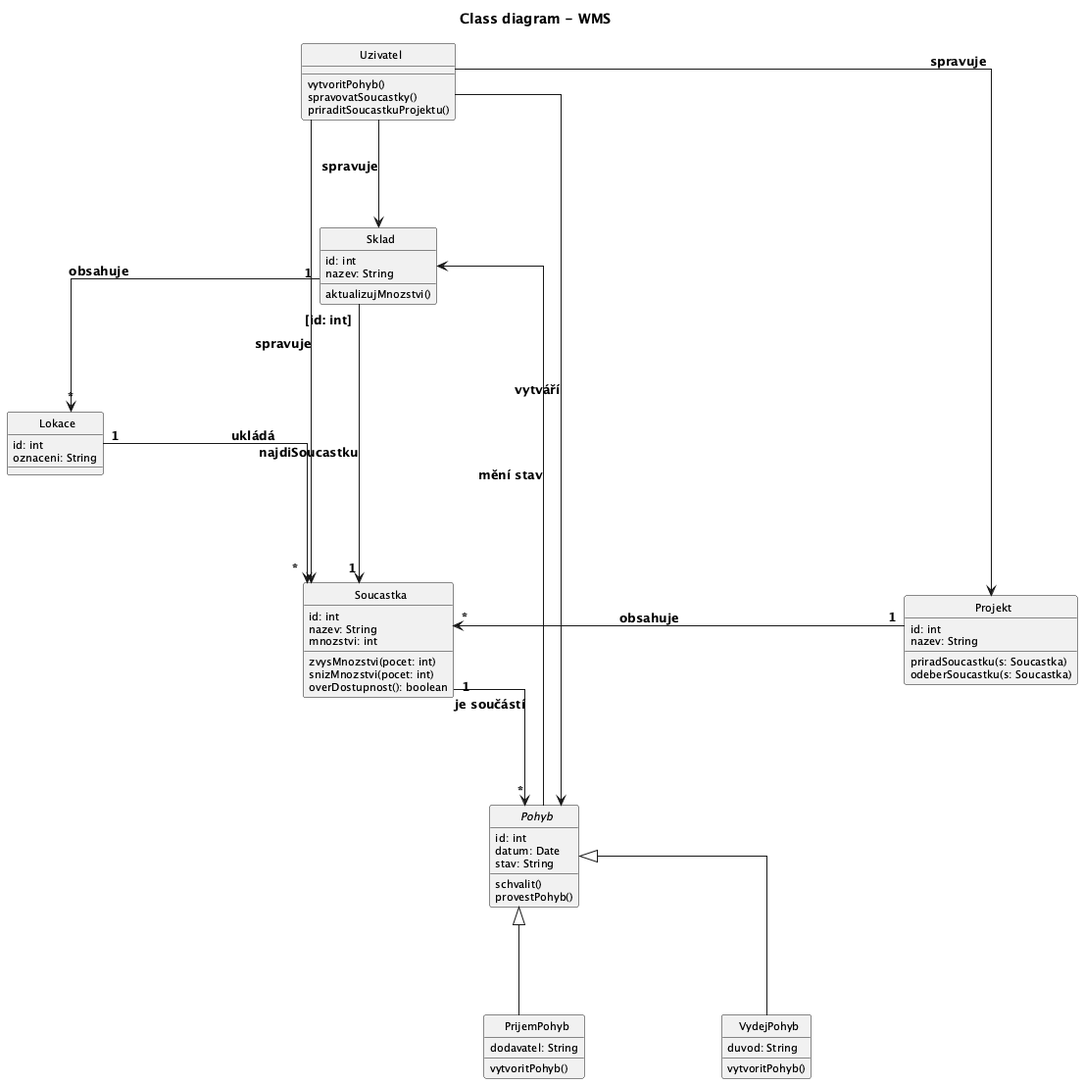
This is docs/images/02_class_diagram.png from lkvapil/wms-elektronicke-soucastky, a PlantUML export, as it was before one commit.
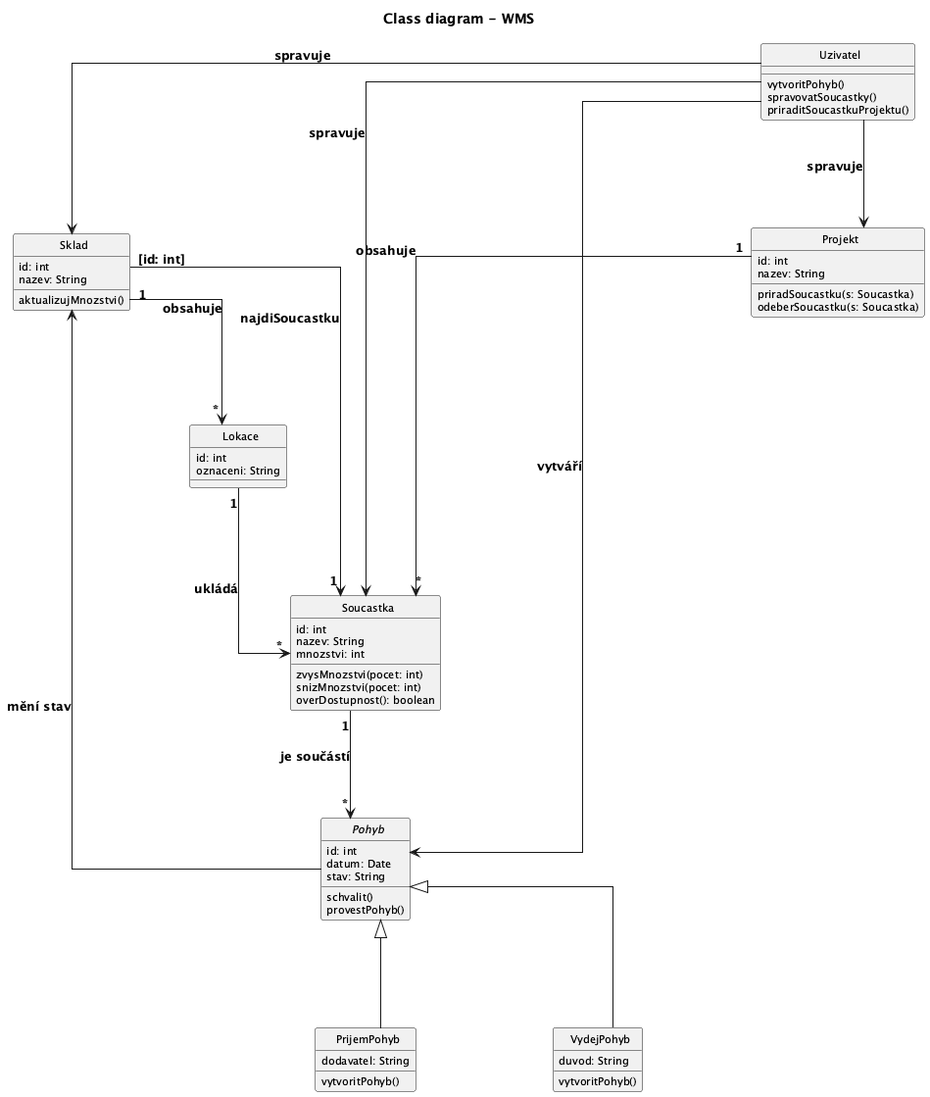
The same diagram one commit later.

Commit message:
style: obnova prehledneho layoutu class diagramu

Diff of the diagram source:
```diff
@@ -77,12 +77,12 @@
 Uzivatel --> Projekt : spravuje
 Uzivatel --> Sklad : spravuje
 
-Soucastka -[hidden]left- Sklad
-Soucastka -[hidden]right- Projekt
+Uzivatel -[hidden]right- Projekt
+Projekt -[hidden]right- Soucastka
+Soucastka -[hidden]right- Sklad
 Soucastka -[hidden]down- Pohyb
+PrijemPohyb -[hidden]right- VydejPohyb
+Pohyb -[hidden]down- PrijemPohyb
 Sklad -[hidden]down- Lokace
-Pohyb -[hidden]down- PrijemPohyb
-PrijemPohyb -[hidden]right- VydejPohyb
-Uzivatel -[hidden]down- Soucastka
 
 @enduml
```
